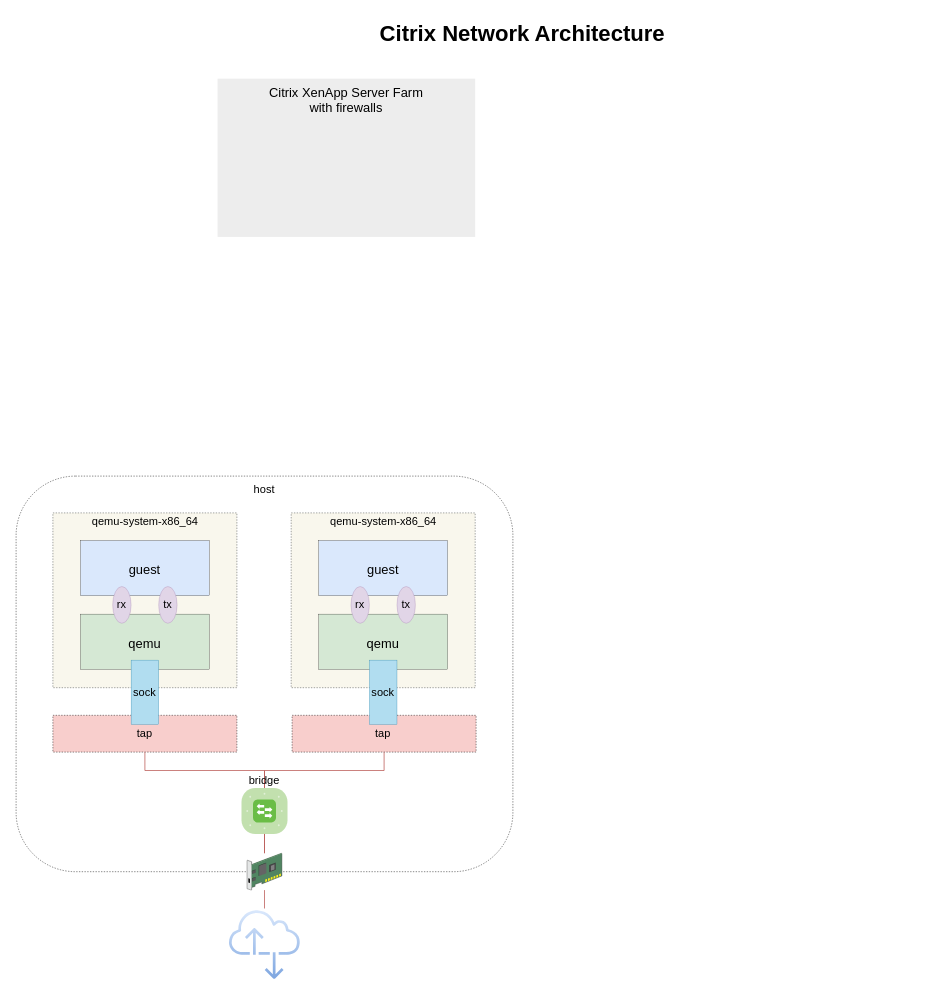
Above: Untitled Diagram.drawio in qinxinliang/diagrams (draw.io), before the change. Source tidied: cells renumbered, new cells numbered last; positions are measured from the earlier drawing's top-left corner, leaving out a move shared by most shapes. Both pictures are drawn from the tidied source at 92%, with x=0, y=0 at pixel (16, 16).
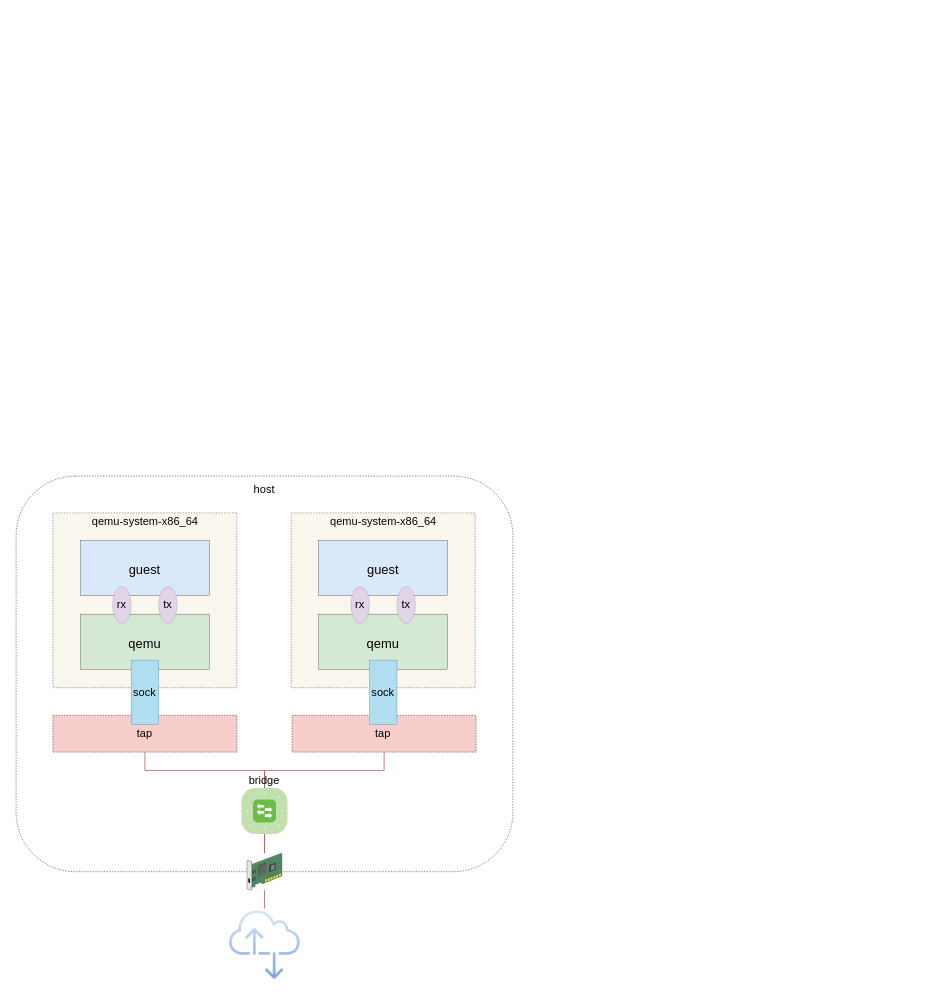
Above is the later version.

Change to the diagram source:
```diff
@@
-    <mxCell id="6" value="Citrix XenApp Server Farm&lt;div&gt;with firewalls&lt;/div&gt;" style="whiteSpace=wrap;html=1;fillColor=#EDEDED;fontSize=14;strokeColor=none;verticalAlign=top;" parent="1" vertex="1">
-      <mxGeometry x="219" y="68" width="280" height="172" as="geometry" />
-    </mxCell>
@@
-    <mxCell id="8" value="Citrix Network Architecture" style="text;strokeColor=none;fillColor=none;html=1;fontSize=24;fontStyle=1;verticalAlign=middle;align=center;" parent="1" vertex="1">
-      <mxGeometry x="119" width="861" height="40" as="geometry" />
-    </mxCell>
```
